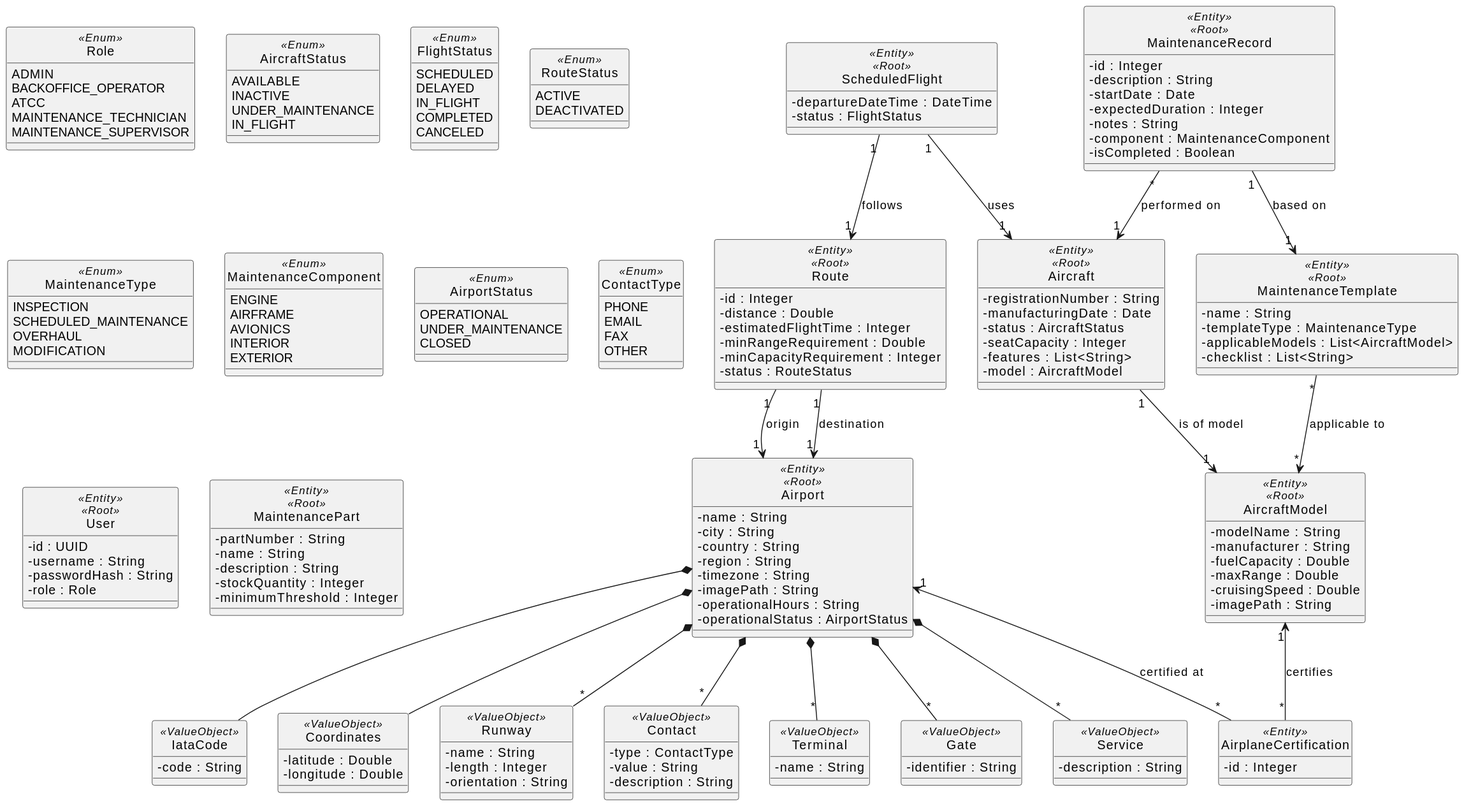
Before: docs/system-documentation/global-artifacts/svg/DM.svg, a diagram exported from PlantUML (VascoMagolo/psoft_1231562_1241692_1242036_2db).
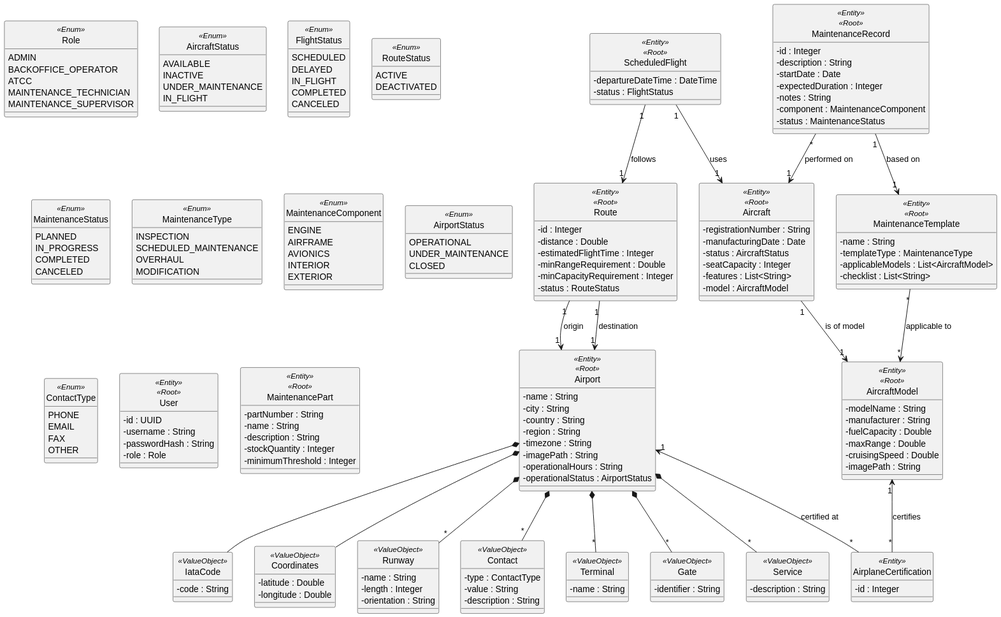
The same diagram one commit later.

Diff of the diagram source:
```diff
@@ -29,6 +29,13 @@
 enum RouteStatus <<Enum>> {
   ACTIVE
   DEACTIVATED
+}
+
+enum MaintenanceStatus <<Enum>> {
+   PLANNED
+   IN_PROGRESS
+   COMPLETED
+   CANCELED
 }
 
 enum MaintenanceType <<Enum>> {
@@ -160,7 +167,7 @@
   - expectedDuration : Integer
   - notes : String
   - component : MaintenanceComponent
-  - isCompleted : Boolean
+  - status : MaintenanceStatus
 }
 
 class MaintenancePart <<Entity>> <<Root>> {
```
